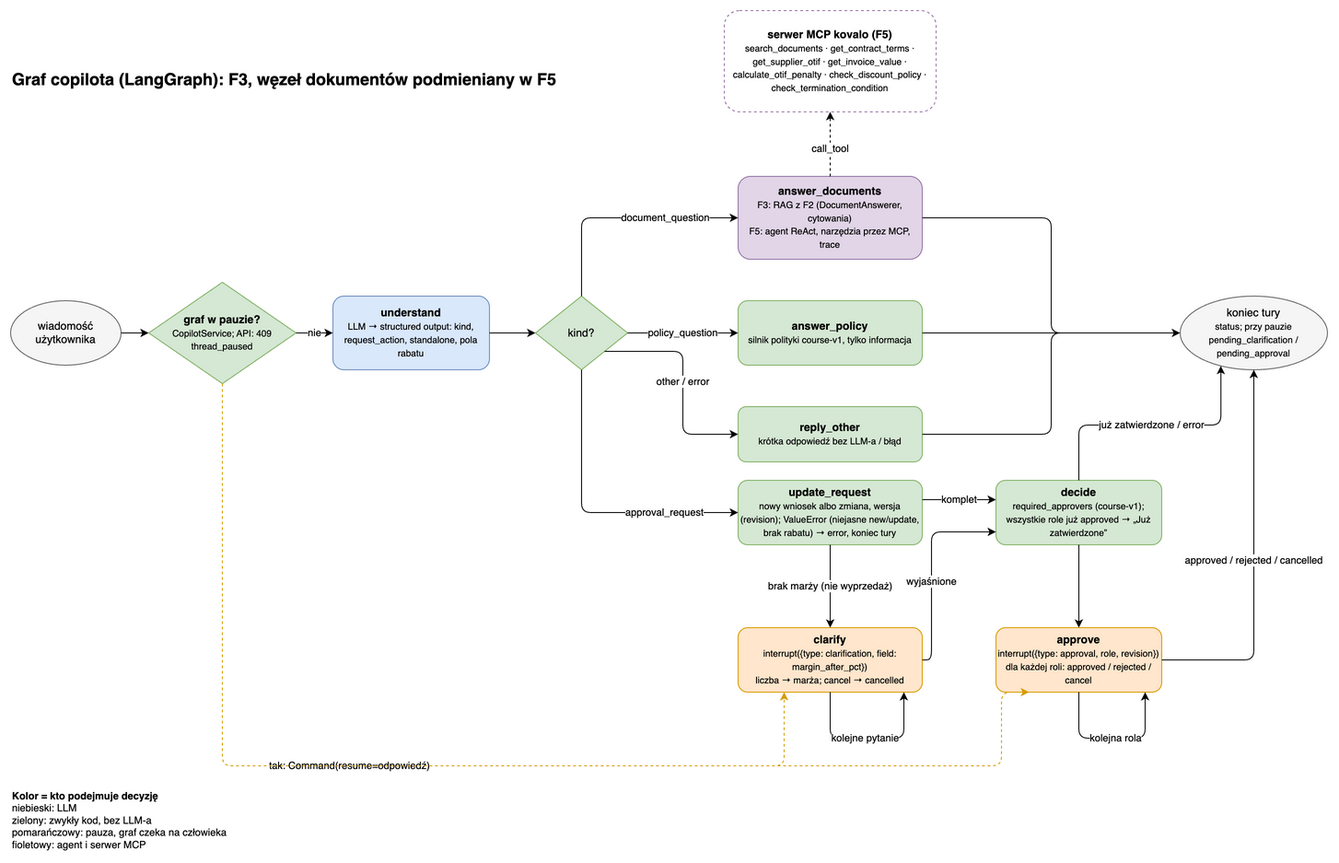
The draw.io diagram docs/architecture/kovalo-architecture-2-graph.png in oszypczy/kovalo-copilot, before a commit. Source tidied: cells renumbered, new cells last; positions are measured from the earlier drawing's top-left corner, leaving out a move shared by most shapes. Source of this version:
```xml
<mxGraphModel>
  <root>
    <mxCell id="0" />
    <mxCell id="1" parent="0" />
    <mxCell id="2" value="&lt;b&gt;Graf copilota (LangGraph): F3, węzeł dokumentów podmieniany w F5&lt;/b&gt;" style="text;html=1;fontSize=18;align=left;verticalAlign=middle;" parent="1" vertex="1">
      <mxGeometry y="60" width="700" height="30" as="geometry" />
    </mxCell>
    <mxCell id="3" value="wiadomość&lt;br&gt;użytkownika" style="ellipse;fillColor=#f5f5f5;strokeColor=#666666;whiteSpace=wrap;html=1;" parent="1" vertex="1">
      <mxGeometry y="315" width="120" height="70" as="geometry" />
    </mxCell>
    <mxCell id="4" value="&lt;b&gt;graf w pauzie?&lt;/b&gt;&lt;font style=&quot;font-size:10px&quot;&gt;&lt;br&gt;CopilotService; API: 409 thread_paused&lt;/font&gt;" style="rhombus;fillColor=#d5e8d4;strokeColor=#82b366;whiteSpace=wrap;html=1;" parent="1" vertex="1">
      <mxGeometry x="150" y="295" width="160" height="110" as="geometry" />
    </mxCell>
    <mxCell id="5" value="&lt;b&gt;understand&lt;/b&gt;&lt;br&gt;&lt;font style=&quot;font-size:10px&quot;&gt;LLM → structured output: kind, request_action, standalone, pola rabatu&lt;/font&gt;" style="rounded=1;fillColor=#dae8fc;strokeColor=#6c8ebf;whiteSpace=wrap;html=1;" parent="1" vertex="1">
      <mxGeometry x="350" y="310" width="170" height="80" as="geometry" />
    </mxCell>
    <mxCell id="6" value="kind?" style="rhombus;fillColor=#d5e8d4;strokeColor=#82b366;whiteSpace=wrap;html=1;" parent="1" vertex="1">
      <mxGeometry x="570" y="310" width="100" height="80" as="geometry" />
    </mxCell>
    <mxCell id="7" value="&lt;b&gt;answer_documents&lt;/b&gt;&lt;br&gt;&lt;font style=&quot;font-size:10px&quot;&gt;F3: RAG z F2 (DocumentAnswerer, cytowania)&lt;br&gt;F5: agent ReAct, narzędzia przez MCP, trace&lt;/font&gt;" style="rounded=1;fillColor=#e1d5e7;strokeColor=#9673a6;whiteSpace=wrap;html=1;" parent="1" vertex="1">
      <mxGeometry x="790" y="180" width="200" height="90" as="geometry" />
    </mxCell>
    <mxCell id="8" value="&lt;b&gt;answer_policy&lt;/b&gt;&lt;br&gt;&lt;font style=&quot;font-size:10px&quot;&gt;silnik polityki course-v1, tylko informacja&lt;/font&gt;" style="rounded=1;fillColor=#d5e8d4;strokeColor=#82b366;whiteSpace=wrap;html=1;" parent="1" vertex="1">
      <mxGeometry x="790" y="315" width="200" height="70" as="geometry" />
    </mxCell>
    <mxCell id="9" value="&lt;b&gt;reply_other&lt;/b&gt;&lt;br&gt;&lt;font style=&quot;font-size:10px&quot;&gt;krótka odpowiedź bez LLM-a / błąd&lt;/font&gt;" style="rounded=1;fillColor=#d5e8d4;strokeColor=#82b366;whiteSpace=wrap;html=1;" parent="1" vertex="1">
      <mxGeometry x="790" y="430" width="200" height="60" as="geometry" />
    </mxCell>
    <mxCell id="10" value="&lt;b&gt;update_request&lt;/b&gt;&lt;br&gt;&lt;font style=&quot;font-size:10px&quot;&gt;nowy wniosek albo zmiana, wersja (revision); ValueError (niejasne new/update, brak rabatu) → error, koniec tury&lt;/font&gt;" style="rounded=1;fillColor=#d5e8d4;strokeColor=#82b366;whiteSpace=wrap;html=1;" parent="1" vertex="1">
      <mxGeometry x="790" y="510" width="200" height="70" as="geometry" />
    </mxCell>
    <mxCell id="11" value="&lt;b&gt;clarify&lt;/b&gt;&lt;br&gt;&lt;font style=&quot;font-size:10px&quot;&gt;interrupt({type: clarification, field: margin_after_pct})&lt;br&gt;liczba → marża; cancel → cancelled&lt;/font&gt;" style="rounded=1;fillColor=#ffe6cc;strokeColor=#d79b00;whiteSpace=wrap;html=1;" parent="1" vertex="1">
      <mxGeometry x="790" y="670" width="200" height="70" as="geometry" />
    </mxCell>
    <mxCell id="12" value="&lt;b&gt;decide&lt;/b&gt;&lt;br&gt;&lt;font style=&quot;font-size:10px&quot;&gt;required_approvers (course-v1); wszystkie role już approved → „Już zatwierdzone”&lt;/font&gt;" style="rounded=1;fillColor=#d5e8d4;strokeColor=#82b366;whiteSpace=wrap;html=1;" parent="1" vertex="1">
      <mxGeometry x="1070" y="510" width="180" height="70" as="geometry" />
    </mxCell>
    <mxCell id="13" value="&lt;b&gt;approve&lt;/b&gt;&lt;br&gt;&lt;font style=&quot;font-size:10px&quot;&gt;interrupt({type: approval, role, revision})&lt;/font&gt;&lt;div&gt;&lt;font style=&quot;font-size:10px&quot;&gt;dla każdej roli: approved / rejected / cancel&lt;/font&gt;&lt;/div&gt;" style="rounded=1;fillColor=#ffe6cc;strokeColor=#d79b00;whiteSpace=wrap;html=1;" parent="1" vertex="1">
      <mxGeometry x="1070" y="670" width="180" height="70" as="geometry" />
    </mxCell>
    <mxCell id="14" value="koniec tury&lt;br&gt;&lt;font style=&quot;font-size:10px&quot;&gt;status; przy pauzie&lt;br&gt;pending_clarification / pending_approval&lt;/font&gt;" style="ellipse;fillColor=#f5f5f5;strokeColor=#666666;whiteSpace=wrap;html=1;" parent="1" vertex="1">
      <mxGeometry x="1270" y="310" width="160" height="80" as="geometry" />
    </mxCell>
    <mxCell id="15" value="&lt;b&gt;serwer MCP kovalo (F5)&lt;/b&gt;&lt;br&gt;&lt;font style=&quot;font-size:10px&quot;&gt;search_documents · get_contract_terms · get_supplier_otif · get_invoice_value · calculate_otif_penalty · check_discount_policy · check_termination_condition&lt;/font&gt;" style="rounded=1;dashed=1;fillColor=#ffffff;strokeColor=#9673a6;whiteSpace=wrap;html=1;" parent="1" vertex="1">
      <mxGeometry x="775" width="230" height="110" as="geometry" />
    </mxCell>
    <mxCell id="16" style="edgeStyle=orthogonalEdgeStyle;rounded=1;html=1;defaultLabelBackgroundColor=page;" parent="1" edge="1" source="3" target="4">
      <mxGeometry relative="1" as="geometry" />
    </mxCell>
    <mxCell id="17" value="nie" style="edgeStyle=orthogonalEdgeStyle;rounded=1;html=1;defaultLabelBackgroundColor=page;" parent="1" edge="1" source="4" target="5">
      <mxGeometry relative="1" as="geometry" />
    </mxCell>
    <mxCell id="18" style="edgeStyle=orthogonalEdgeStyle;rounded=1;html=1;defaultLabelBackgroundColor=page;" parent="1" edge="1" source="5" target="6">
      <mxGeometry relative="1" as="geometry" />
    </mxCell>
    <mxCell id="19" value="document_question" style="edgeStyle=orthogonalEdgeStyle;rounded=1;html=1;defaultLabelBackgroundColor=page;exitX=0.5;exitY=0;entryX=0;entryY=0.5;entryDx=0;entryDy=0;" parent="1" edge="1" source="6" target="7">
      <mxGeometry x="0.38" relative="1" as="geometry" />
    </mxCell>
    <mxCell id="20" value="policy_question" style="edgeStyle=orthogonalEdgeStyle;rounded=1;html=1;defaultLabelBackgroundColor=page;exitX=1;exitY=0.5;entryX=0;entryY=0.5;" parent="1" edge="1" source="6" target="8">
      <mxGeometry relative="1" as="geometry" />
    </mxCell>
    <mxCell id="21" value="other / error" style="edgeStyle=orthogonalEdgeStyle;rounded=1;html=1;defaultLabelBackgroundColor=page;exitX=0.75;exitY=0.75;entryX=0;entryY=0.5;" parent="1" edge="1" source="6" target="9">
      <mxGeometry relative="1" as="geometry" />
    </mxCell>
    <mxCell id="22" value="approval_request" style="edgeStyle=orthogonalEdgeStyle;rounded=1;html=1;defaultLabelBackgroundColor=page;exitX=0.5;exitY=1;entryX=0;entryY=0.5;" parent="1" edge="1" source="6" target="10">
      <mxGeometry x="0.51" relative="1" as="geometry" />
    </mxCell>
    <mxCell id="23" value="brak marży (nie wyprzedaż)" style="edgeStyle=orthogonalEdgeStyle;rounded=1;html=1;defaultLabelBackgroundColor=page;exitX=0.5;exitY=1;entryX=0.5;entryY=0;" parent="1" edge="1" source="10" target="11">
      <mxGeometry relative="1" as="geometry" />
    </mxCell>
    <mxCell id="24" value="komplet" style="edgeStyle=orthogonalEdgeStyle;rounded=1;html=1;defaultLabelBackgroundColor=page;exitX=1;exitY=0.3;entryX=0;entryY=0.3;" parent="1" edge="1" source="10" target="12">
      <mxGeometry relative="1" as="geometry" />
    </mxCell>
    <mxCell id="25" value="wyjaśnione" style="edgeStyle=orthogonalEdgeStyle;rounded=1;html=1;defaultLabelBackgroundColor=page;exitX=1;exitY=0.5;entryX=0;entryY=0.8;" parent="1" edge="1" source="11" target="12">
      <mxGeometry x="-0.13" relative="1" as="geometry">
        <Array as="points">
          <mxPoint x="1000" y="705" />
          <mxPoint x="1000" y="566" />
        </Array>
      </mxGeometry>
    </mxCell>
    <mxCell id="26" value="kolejne pytanie" style="edgeStyle=orthogonalEdgeStyle;rounded=1;html=1;defaultLabelBackgroundColor=page;exitX=0.5;exitY=1;entryX=0.9;entryY=1;innerLoopWaypoints=1;exitDx=0;exitDy=0;" parent="1" edge="1" source="11" target="11">
      <mxGeometry x="-0.02" relative="1" as="geometry">
        <Array as="points">
          <mxPoint x="890" y="790" />
          <mxPoint x="970" y="790" />
        </Array>
      </mxGeometry>
    </mxCell>
    <mxCell id="27" style="edgeStyle=orthogonalEdgeStyle;rounded=1;html=1;defaultLabelBackgroundColor=page;" parent="1" edge="1" source="12" target="13">
      <mxGeometry relative="1" as="geometry" />
    </mxCell>
    <mxCell id="28" value="kolejna rola" style="edgeStyle=orthogonalEdgeStyle;rounded=1;html=1;defaultLabelBackgroundColor=page;exitX=0.5;exitY=1;entryX=0.9;entryY=1;exitDx=0;exitDy=0;innerLoopWaypoints=1;" parent="1" edge="1" source="13" target="13">
      <mxGeometry x="0.05" relative="1" as="geometry">
        <Array as="points">
          <mxPoint x="1160" y="790" />
          <mxPoint x="1232" y="790" />
        </Array>
      </mxGeometry>
    </mxCell>
    <mxCell id="29" value="approved / rejected / cancelled" style="edgeStyle=orthogonalEdgeStyle;rounded=1;html=1;defaultLabelBackgroundColor=page;exitX=1;exitY=0.5;entryX=0.5;entryY=1;" parent="1" edge="1" source="13" target="14">
      <mxGeometry relative="1" as="geometry" />
    </mxCell>
    <mxCell id="30" value="&lt;br&gt;&lt;div&gt;&lt;br&gt;&lt;/div&gt;" style="edgeStyle=orthogonalEdgeStyle;rounded=1;html=1;defaultLabelBackgroundColor=page;exitX=1;exitY=0.5;entryX=0;entryY=0.5;" parent="1" edge="1" source="7" target="14">
      <mxGeometry relative="1" as="geometry" />
    </mxCell>
    <mxCell id="31" style="edgeStyle=orthogonalEdgeStyle;rounded=1;html=1;defaultLabelBackgroundColor=page;exitX=1;exitY=0.5;entryX=0;entryY=0.5;" parent="1" edge="1" source="8" target="14">
      <mxGeometry relative="1" as="geometry" />
    </mxCell>
    <mxCell id="32" style="edgeStyle=orthogonalEdgeStyle;rounded=1;html=1;defaultLabelBackgroundColor=page;exitX=1;exitY=0.5;entryX=0;entryY=0.5;" parent="1" edge="1" source="9" target="14">
      <mxGeometry relative="1" as="geometry" />
    </mxCell>
    <mxCell id="33" value="call_tool" style="edgeStyle=orthogonalEdgeStyle;rounded=1;html=1;defaultLabelBackgroundColor=page;dashed=1;exitX=0.5;exitY=0;entryX=0.5;entryY=1;exitDx=0;exitDy=0;entryDx=0;entryDy=0;" parent="1" edge="1" source="7" target="15">
      <mxGeometry x="-0.14" relative="1" as="geometry" />
    </mxCell>
    <mxCell id="34" value="tak: Command(resume=odpowiedź)" style="edgeStyle=orthogonalEdgeStyle;rounded=1;html=1;defaultLabelBackgroundColor=page;dashed=1;strokeColor=#d79b00;exitX=0.5;exitY=1;entryX=0.25;entryY=1;" parent="1" edge="1" source="4" target="11">
      <mxGeometry relative="1" as="geometry">
        <Array as="points">
          <mxPoint x="230" y="820" />
          <mxPoint x="840" y="820" />
        </Array>
      </mxGeometry>
    </mxCell>
    <mxCell id="35" style="edgeStyle=orthogonalEdgeStyle;rounded=1;html=1;defaultLabelBackgroundColor=page;dashed=1;strokeColor=#d79b00;exitX=0.5;exitY=1;entryX=0.2;entryY=1;" parent="1" edge="1" source="4" target="13">
      <mxGeometry relative="1" as="geometry">
        <Array as="points">
          <mxPoint x="230" y="820" />
          <mxPoint x="1076" y="820" />
        </Array>
      </mxGeometry>
    </mxCell>
    <mxCell id="36" value="już zatwierdzone / error" style="edgeStyle=orthogonalEdgeStyle;rounded=1;html=1;defaultLabelBackgroundColor=page;exitX=0.5;exitY=0;entryX=0.25;entryY=1;" parent="1" edge="1" source="12" target="14">
      <mxGeometry relative="1" as="geometry" />
    </mxCell>
    <mxCell id="37" value="&lt;b&gt;Kolor = kto podejmuje decyzję&lt;/b&gt;&lt;br&gt;niebieski: LLM &lt;br&gt;zielony: zwykły kod, bez LLM-a&lt;div&gt;pomarańczowy: pauza, graf czeka na człowieka&amp;nbsp;&lt;/div&gt;&lt;div&gt;fioletowy: agent i serwer MCP&lt;/div&gt;" style="text;html=1;align=left;verticalAlign=top;fontSize=11;" parent="1" vertex="1">
      <mxGeometry y="840" width="760" height="40" as="geometry" />
    </mxCell>
  </root>
</mxGraphModel>
```
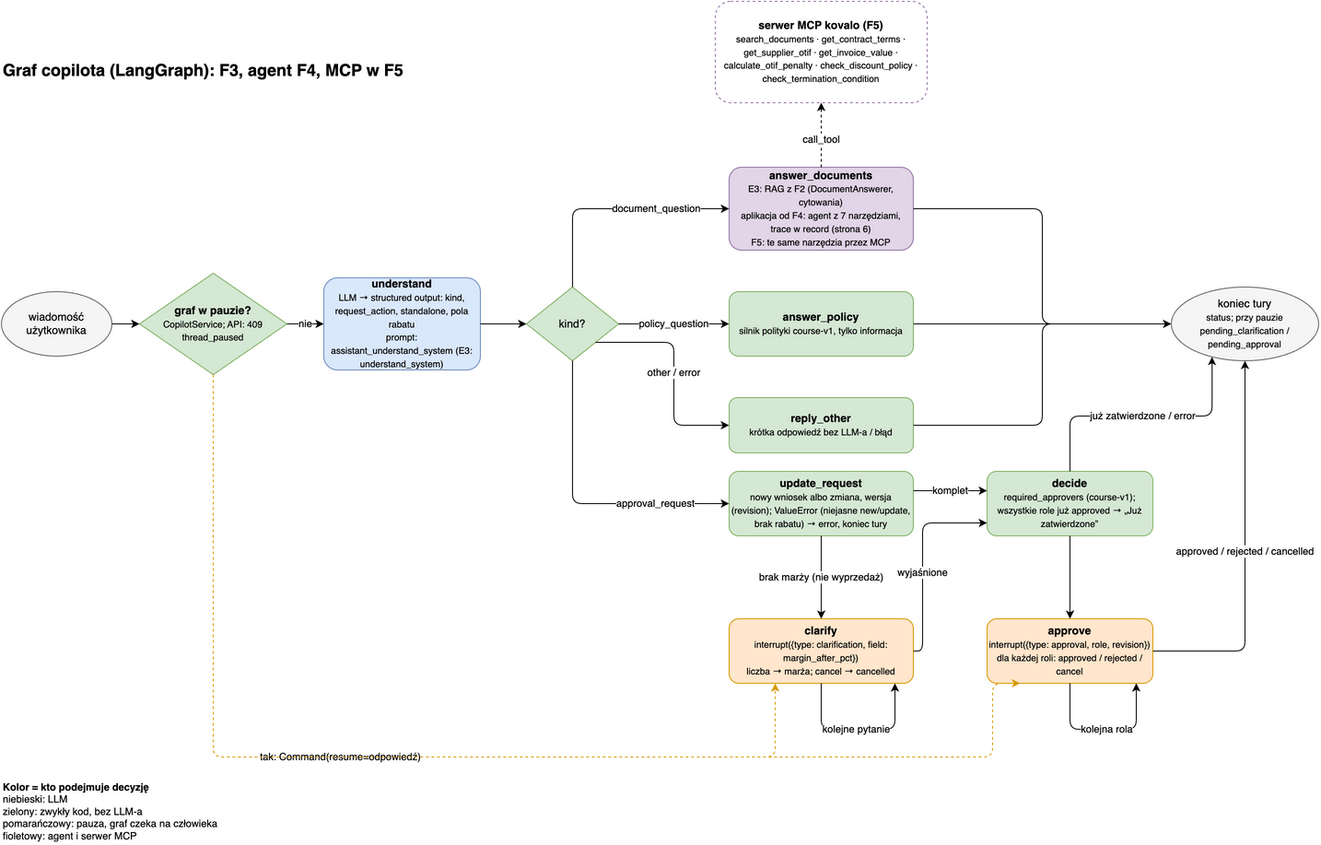
The same file after the commit.

What changed in the source:
```diff
@@ -2,7 +2,7 @@
   <root>
     <mxCell id="0" />
     <mxCell id="1" parent="0" />
-    <mxCell id="2" value="&lt;b&gt;Graf copilota (LangGraph): F3, węzeł dokumentów podmieniany w F5&lt;/b&gt;" style="text;html=1;fontSize=18;align=left;verticalAlign=middle;" parent="1" vertex="1">
+    <mxCell id="2" value="&lt;b&gt;Graf copilota (LangGraph): F3, agent F4, MCP w F5&lt;/b&gt;" style="text;html=1;fontSize=18;align=left;verticalAlign=middle;" parent="1" vertex="1">
       <mxGeometry y="60" width="700" height="30" as="geometry" />
     </mxCell>
     <mxCell id="3" value="wiadomość&lt;br&gt;użytkownika" style="ellipse;fillColor=#f5f5f5;strokeColor=#666666;whiteSpace=wrap;html=1;" parent="1" vertex="1">
@@ -11,13 +11,13 @@
     <mxCell id="4" value="&lt;b&gt;graf w pauzie?&lt;/b&gt;&lt;font style=&quot;font-size:10px&quot;&gt;&lt;br&gt;CopilotService; API: 409 thread_paused&lt;/font&gt;" style="rhombus;fillColor=#d5e8d4;strokeColor=#82b366;whiteSpace=wrap;html=1;" parent="1" vertex="1">
       <mxGeometry x="150" y="295" width="160" height="110" as="geometry" />
     </mxCell>
-    <mxCell id="5" value="&lt;b&gt;understand&lt;/b&gt;&lt;br&gt;&lt;font style=&quot;font-size:10px&quot;&gt;LLM → structured output: kind, request_action, standalone, pola rabatu&lt;/font&gt;" style="rounded=1;fillColor=#dae8fc;strokeColor=#6c8ebf;whiteSpace=wrap;html=1;" parent="1" vertex="1">
-      <mxGeometry x="350" y="310" width="170" height="80" as="geometry" />
+    <mxCell id="5" value="&lt;b&gt;understand&lt;/b&gt;&lt;br&gt;&lt;font style=&quot;font-size:10px&quot;&gt;LLM → structured output: kind, request_action, standalone, pola rabatu&lt;br&gt;prompt: assistant_understand_system (E3: understand_system)&lt;/font&gt;" style="rounded=1;fillColor=#dae8fc;strokeColor=#6c8ebf;whiteSpace=wrap;html=1;" parent="1" vertex="1">
+      <mxGeometry x="350" y="300" width="170" height="100" as="geometry" />
     </mxCell>
     <mxCell id="6" value="kind?" style="rhombus;fillColor=#d5e8d4;strokeColor=#82b366;whiteSpace=wrap;html=1;" parent="1" vertex="1">
       <mxGeometry x="570" y="310" width="100" height="80" as="geometry" />
     </mxCell>
-    <mxCell id="7" value="&lt;b&gt;answer_documents&lt;/b&gt;&lt;br&gt;&lt;font style=&quot;font-size:10px&quot;&gt;F3: RAG z F2 (DocumentAnswerer, cytowania)&lt;br&gt;F5: agent ReAct, narzędzia przez MCP, trace&lt;/font&gt;" style="rounded=1;fillColor=#e1d5e7;strokeColor=#9673a6;whiteSpace=wrap;html=1;" parent="1" vertex="1">
+    <mxCell id="7" value="&lt;b&gt;answer_documents&lt;/b&gt;&lt;br&gt;&lt;font style=&quot;font-size:10px&quot;&gt;E3: RAG z F2 (DocumentAnswerer, cytowania)&lt;br&gt;aplikacja od F4: agent z 7 narzędziami, trace w record (strona 6)&lt;br&gt;F5: te same narzędzia przez MCP&lt;/font&gt;" style="rounded=1;fillColor=#e1d5e7;strokeColor=#9673a6;whiteSpace=wrap;html=1;" parent="1" vertex="1">
       <mxGeometry x="790" y="180" width="200" height="90" as="geometry" />
     </mxCell>
     <mxCell id="8" value="&lt;b&gt;answer_policy&lt;/b&gt;&lt;br&gt;&lt;font style=&quot;font-size:10px&quot;&gt;silnik polityki course-v1, tylko informacja&lt;/font&gt;" style="rounded=1;fillColor=#d5e8d4;strokeColor=#82b366;whiteSpace=wrap;html=1;" parent="1" vertex="1">
```
